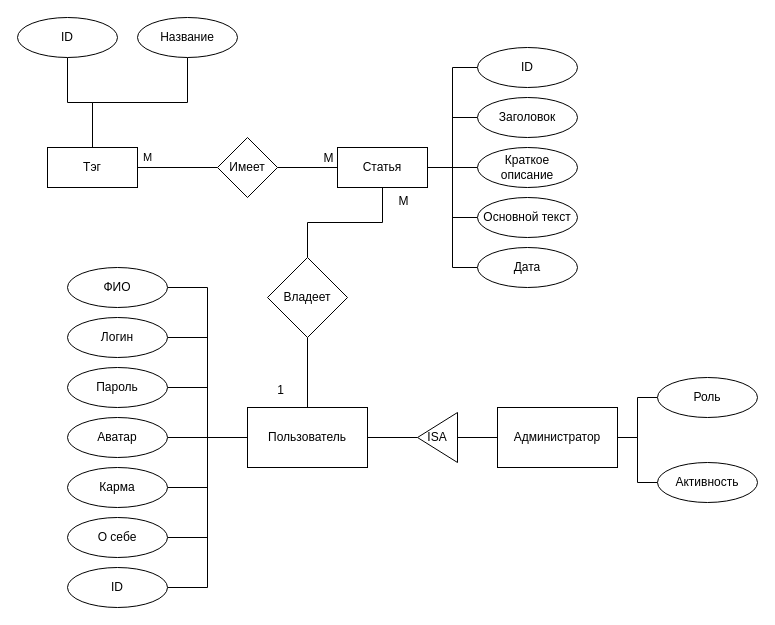
Above: page "er" (1 of 2) of hw/er.drawio in Smet1/prdb (draw.io), before the change. Source tidied: cells renumbered, new cells numbered last; positions are measured from the earlier drawing's top-left corner, leaving out a move shared by most shapes. Both pictures are drawn from the tidied source at 100%, with x=0, y=0 at pixel (17, 17).
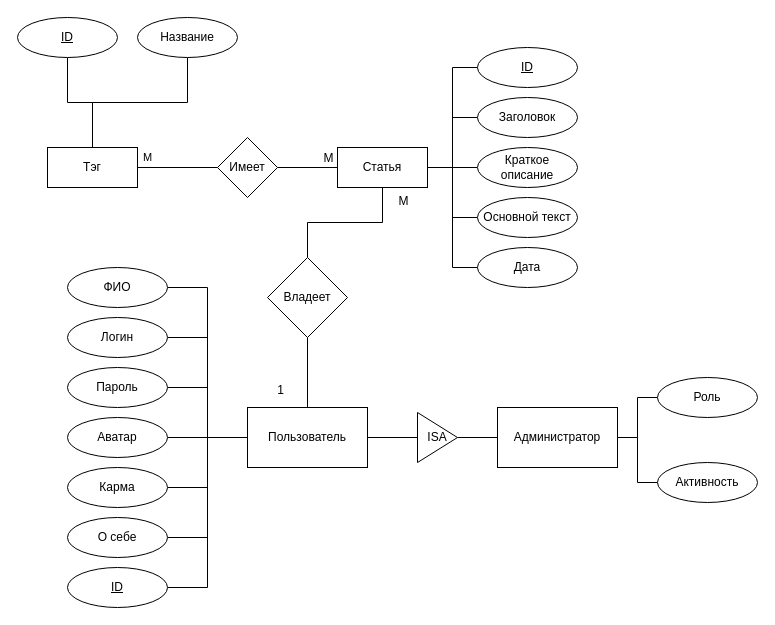
The same diagram, later.

The edit, as a diff of the source:
```diff
@@
-    <mxCell id="31" value="ISA" style="triangle;whiteSpace=wrap;html=1;flipV=1;flipH=1;" parent="1" vertex="1">
+    <mxCell id="31" value="ISA" style="triangle;whiteSpace=wrap;html=1;flipV=1;flipH=0;" parent="1" vertex="1">
       <mxGeometry x="400" y="395" width="40" height="50" as="geometry" />
     </mxCell>
@@
-    <mxCell id="42" value="ID" style="ellipse;whiteSpace=wrap;html=1;" parent="1" vertex="1">
+    <mxCell id="42" value="&lt;u&gt;ID&lt;/u&gt;" style="ellipse;whiteSpace=wrap;html=1;" parent="1" vertex="1">
       <mxGeometry width="100" height="40" as="geometry" />
     </mxCell>
-    <mxCell id="43" value="ID" style="ellipse;whiteSpace=wrap;html=1;" parent="1" vertex="1">
+    <mxCell id="43" value="&lt;u&gt;ID&lt;/u&gt;" style="ellipse;whiteSpace=wrap;html=1;" parent="1" vertex="1">
       <mxGeometry x="50" y="550" width="100" height="40" as="geometry" />
     </mxCell>
@@
-    <mxCell id="45" value="ID" style="ellipse;whiteSpace=wrap;html=1;" parent="1" vertex="1">
+    <mxCell id="45" value="&lt;u&gt;ID&lt;/u&gt;" style="ellipse;whiteSpace=wrap;html=1;" parent="1" vertex="1">
       <mxGeometry x="460" y="30" width="100" height="40" as="geometry" />
     </mxCell>
```
